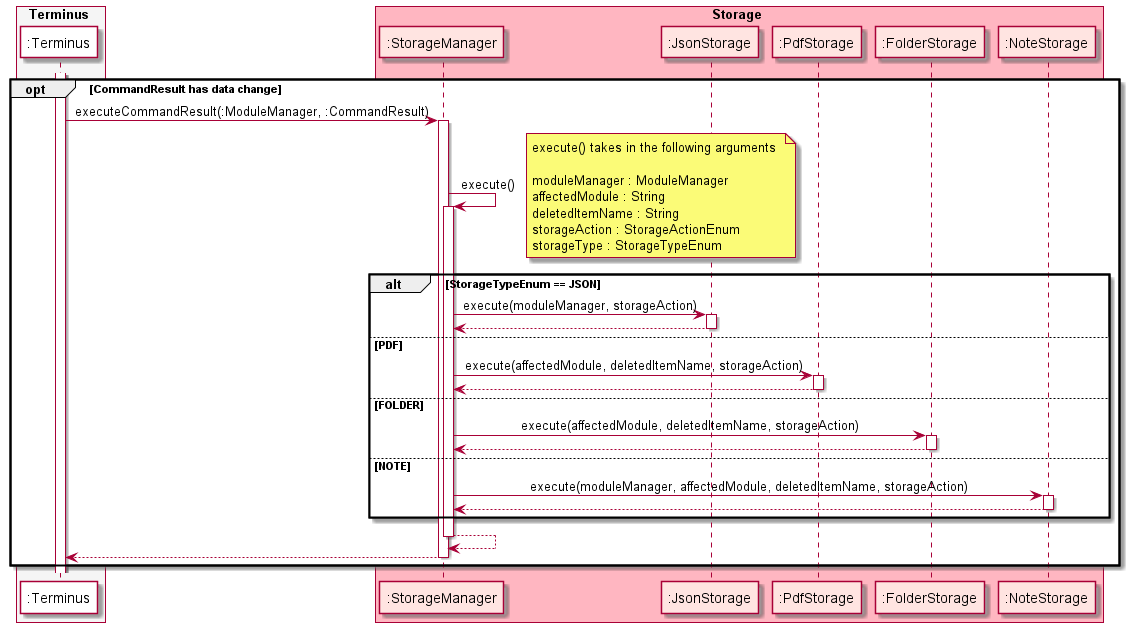
Above: docs/attachments/StorageCommandResultSequenceDiagram.png in nus-cs2113-AY2122S1/tp (PlantUML), before the change.
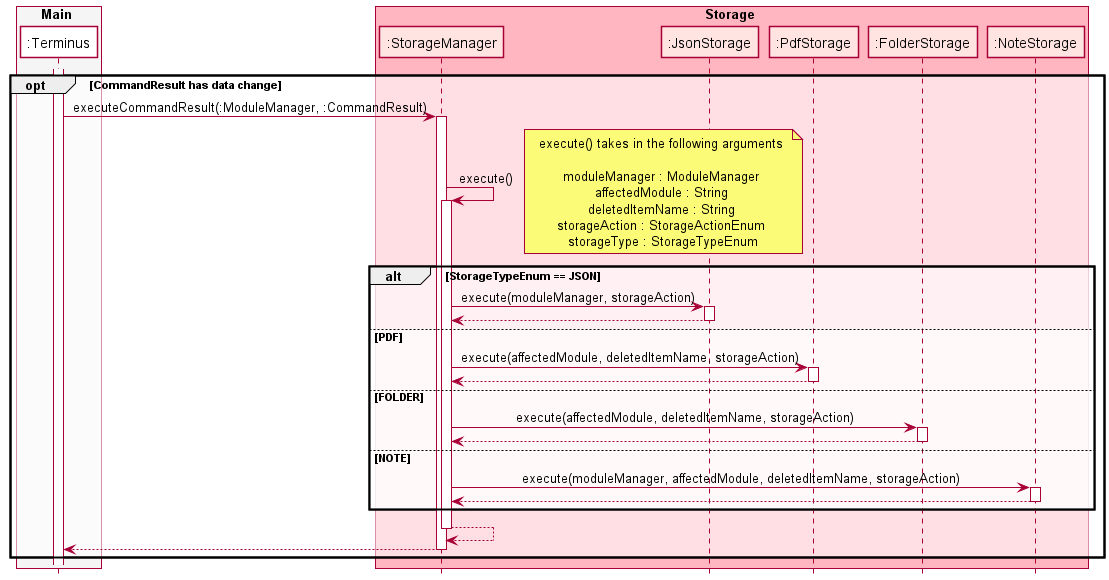
The same diagram one commit later.

Diff of the diagram source:
```diff
@@ -1,17 +1,17 @@
 @startuml
 
-skinparam sequenceMessageAlign center
+!include ../SequenceStyle.puml
 
-box Terminus #whitesmoke
-participant ":Terminus" as Terminus #white
+box Main TERMINUS_BOX_COLOR
+participant ":Terminus" as Terminus TERMINUS_COLOR
 endbox
 
-box Storage #lightpink
-participant ":StorageManager" as StorageManager #mistyrose
-participant ":JsonStorage" as JsonStorage #mistyrose
-participant ":PdfStorage" as PdfStorage #mistyrose
-participant ":FolderStorage" as FolderStorage #mistyrose
-participant ":NoteStorage" as NoteStorage #mistyrose
+box Storage STORAGE_BOX_COLOR
+participant ":StorageManager" as StorageManager STORAGE_COLOR
+participant ":JsonStorage" as JsonStorage STORAGE_COLOR
+participant ":PdfStorage" as PdfStorage STORAGE_COLOR
+participant ":FolderStorage" as FolderStorage STORAGE_COLOR
+participant ":NoteStorage" as NoteStorage STORAGE_COLOR
 endbox
 
 
```
